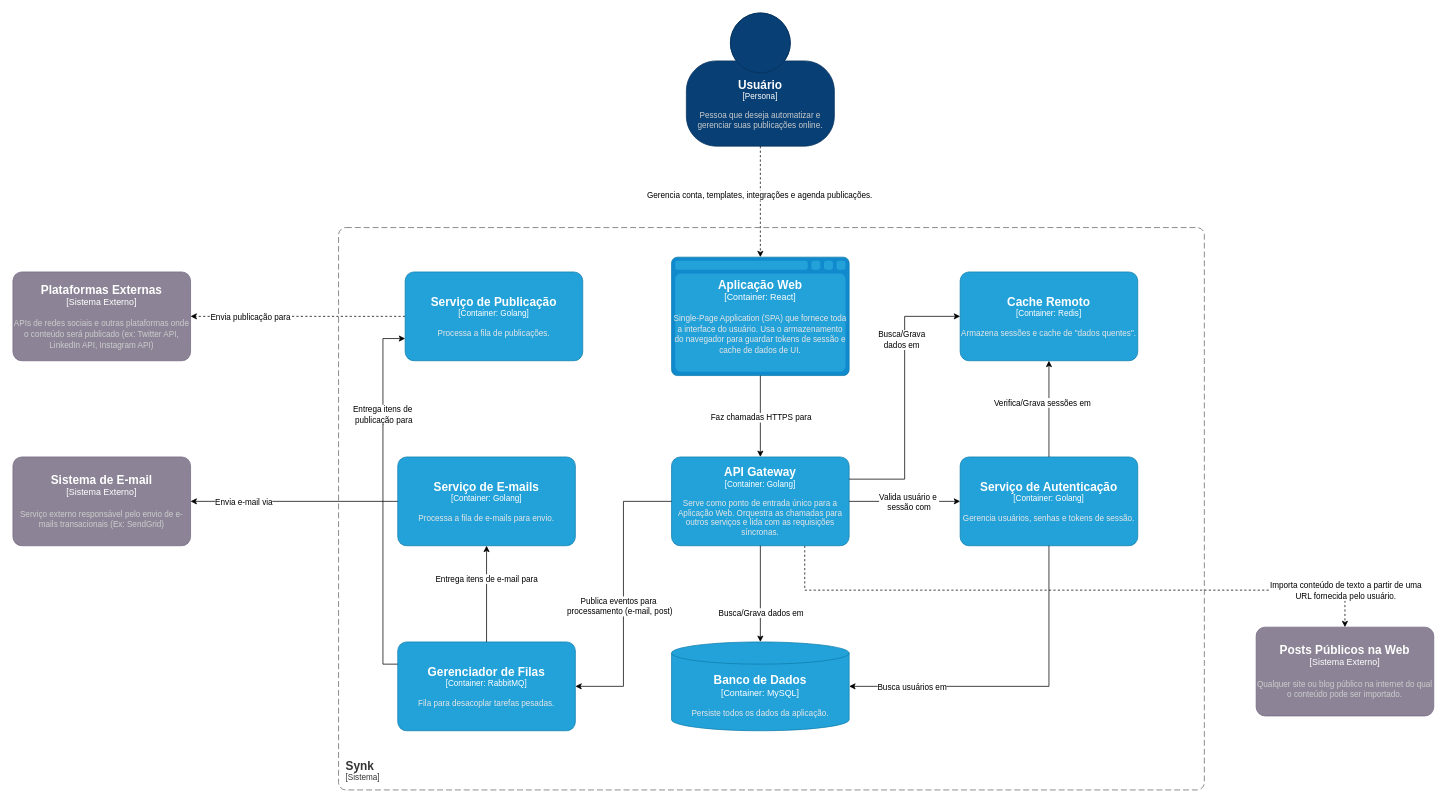
This is assets/c2.drawio from cristianprochnow/synk, a draw.io file, before an edit. Source tidied: cells renumbered, new cells numbered last; positions are measured from the earlier drawing's top-left corner, leaving out a move shared by most shapes. Both pictures are drawn from the tidied source at 74%, with x=0, y=0 at pixel (13, 13).
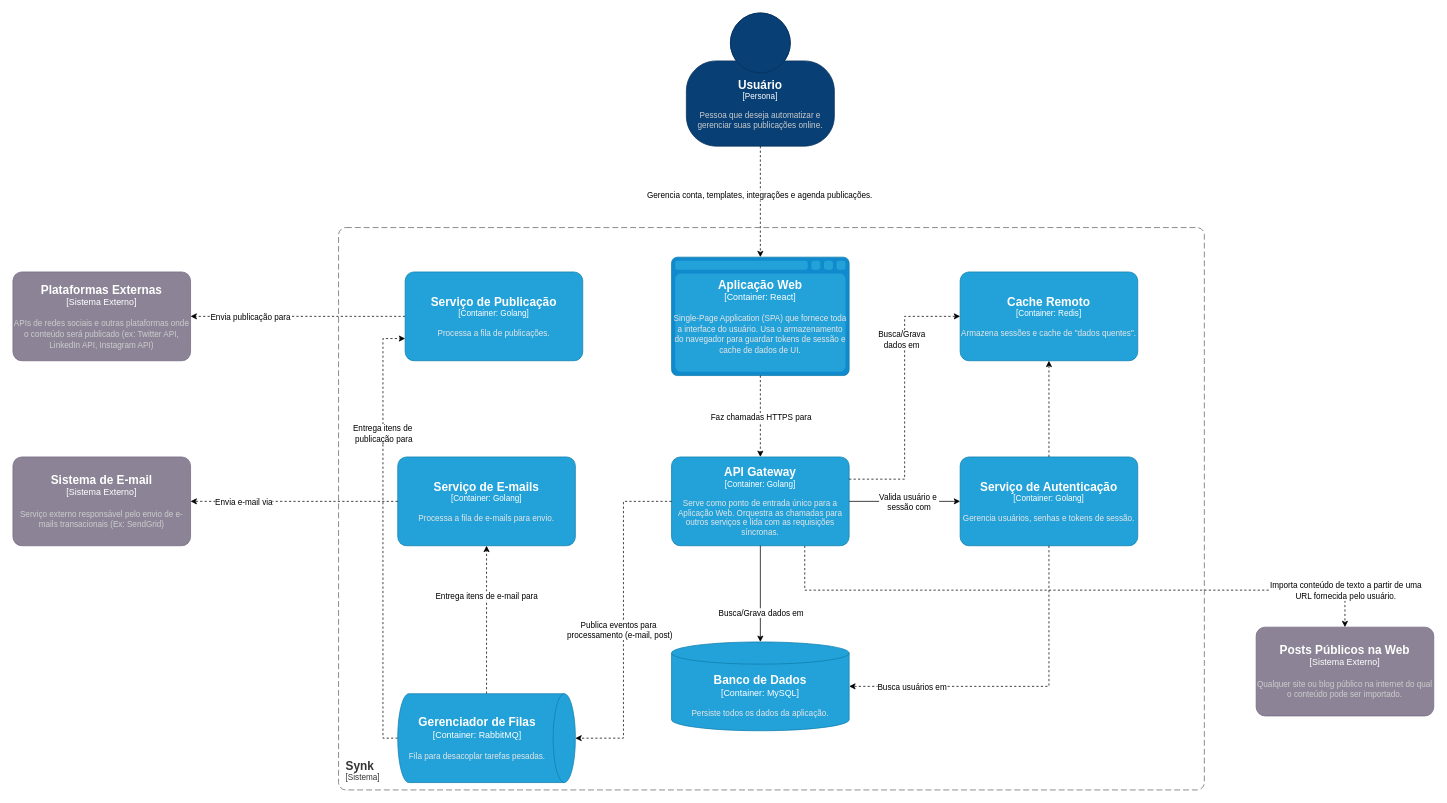
Above is the later version.

Commit message (it also covers changes not shown here):
docs: add component diagram

The change refers to these unchanged cells:
```xml
<object id="3" label="&lt;font style=&quot;font-size: 16px&quot;&gt;&lt;b&gt;%c4Name%&lt;/b&gt;&lt;/font&gt;&lt;div&gt;[%c4Type%]&lt;/div&gt;&lt;br&gt;&lt;div&gt;&lt;font style=&quot;font-size: 11px&quot;&gt;&lt;font color=&quot;#cccccc&quot;&gt;%c4Description%&lt;/font&gt;&lt;/div&gt;" c4Description="Serviço externo responsável pelo envio de e-mails transacionais (Ex: SendGrid)" c4Name="Sistema de E-mail" c4Type="Sistema Externo" placeholders="1">
  <mxCell style="rounded=1;whiteSpace=wrap;html=1;labelBackgroundColor=none;fillColor=#8C8496;fontColor=#ffffff;align=center;arcSize=10;strokeColor=#736782;points=[[0.25,0,0],[0.5,0,0],[0.75,0,0],[1,0.25,0],[1,0.5,0],[1,0.75,0],[0.75,1,0],[0.5,1,0],[0.25,1,0],[0,0.75,0],[0,0.5,0],[0,0.25,0]];" parent="1" vertex="1">
    <mxGeometry y="600" width="240" height="120" as="geometry" />
  </mxCell>
</object>
<object id="13" label="&lt;font style=&quot;font-size: 16px&quot;&gt;&lt;b&gt;%c4Name%&lt;/b&gt;&lt;/font&gt;&lt;div&gt;[%c4Type%:&amp;nbsp;%c4Technology%]&lt;/div&gt;&lt;br&gt;&lt;div&gt;&lt;font style=&quot;font-size: 11px&quot;&gt;&lt;font color=&quot;#E6E6E6&quot;&gt;%c4Description%&lt;/font&gt;&lt;/div&gt;" c4Description="Single-Page Application (SPA) que fornece toda a interface do usuário. Usa o armazenamento do navegador para guardar tokens de sessão e cache de dados de UI." c4Name="Aplicação Web" c4Technology="React" c4Type="Container" placeholders="1">
  <mxCell style="shape=mxgraph.c4.webBrowserContainer2;whiteSpace=wrap;html=1;boundedLbl=1;rounded=0;labelBackgroundColor=none;strokeColor=#118ACD;fillColor=#23A2D9;strokeColor=#118ACD;strokeColor2=#0E7DAD;fontSize=12;fontColor=#ffffff;align=center;points=[[0.5,0,0],[1,0.25,0],[1,0.5,0],[1,0.75,0],[0.5,1,0],[0,0.75,0],[0,0.5,0],[0,0.25,0]];" parent="1" vertex="1">
    <mxGeometry x="890" y="330" width="240" height="160" as="geometry" />
  </mxCell>
</object>
<object id="14" label="&lt;font style=&quot;font-size: 16px&quot;&gt;&lt;b&gt;%c4Name%&lt;/b&gt;&lt;/font&gt;&lt;div&gt;[%c4Type%: %c4Technology%]&lt;/div&gt;&lt;br&gt;&lt;div&gt;&lt;font style=&quot;font-size: 11px&quot;&gt;&lt;font color=&quot;#E6E6E6&quot;&gt;%c4Description%&lt;/font&gt;&lt;/div&gt;" c4Description="Serve como ponto de entrada único para a Aplicação Web. Orquestra as chamadas para outros serviços e lida com as requisições síncronas." c4Name="API Gateway" c4Technology="Golang" c4Type="Container" placeholders="1">
  <mxCell style="rounded=1;whiteSpace=wrap;html=1;fontSize=11;labelBackgroundColor=none;fillColor=#23A2D9;fontColor=#ffffff;align=center;arcSize=10;strokeColor=#0E7DAD;points=[[0.25,0,0],[0.5,0,0],[0.75,0,0],[1,0.25,0],[1,0.5,0],[1,0.75,0],[0.75,1,0],[0.5,1,0],[0.25,1,0],[0,0.75,0],[0,0.5,0],[0,0.25,0]];" parent="1" vertex="1">
    <mxGeometry x="890" y="600" width="240" height="120" as="geometry" />
  </mxCell>
</object>
<object id="17" label="&lt;font style=&quot;font-size: 16px&quot;&gt;&lt;b&gt;%c4Name%&lt;/b&gt;&lt;/font&gt;&lt;div&gt;[%c4Type%: %c4Technology%]&lt;/div&gt;&lt;br&gt;&lt;div&gt;&lt;font style=&quot;font-size: 11px&quot;&gt;&lt;font color=&quot;#E6E6E6&quot;&gt;%c4Description%&lt;/font&gt;&lt;/div&gt;" c4Description="Gerencia usuários, senhas e tokens de sessão." c4Name="Serviço de Autenticação" c4Technology="Golang" c4Type="Container" placeholders="1">
  <mxCell style="rounded=1;whiteSpace=wrap;html=1;fontSize=11;labelBackgroundColor=none;fillColor=#23A2D9;fontColor=#ffffff;align=center;arcSize=10;strokeColor=#0E7DAD;points=[[0.25,0,0],[0.5,0,0],[0.75,0,0],[1,0.25,0],[1,0.5,0],[1,0.75,0],[0.75,1,0],[0.5,1,0],[0.25,1,0],[0,0.75,0],[0,0.5,0],[0,0.25,0]];" parent="1" vertex="1">
    <mxGeometry x="1280" y="600" width="240" height="120" as="geometry" />
  </mxCell>
</object>
<object id="18" label="&lt;font style=&quot;font-size: 16px&quot;&gt;&lt;b&gt;%c4Name%&lt;/b&gt;&lt;/font&gt;&lt;div&gt;[%c4Type%: %c4Technology%]&lt;/div&gt;&lt;br&gt;&lt;div&gt;&lt;font style=&quot;font-size: 11px&quot;&gt;&lt;font color=&quot;#E6E6E6&quot;&gt;%c4Description%&lt;/font&gt;&lt;/div&gt;" c4Description="Armazena sessões e cache de &quot;dados quentes&quot;." c4Name="Cache Remoto" c4Technology="Redis" c4Type="Container" placeholders="1">
  <mxCell style="rounded=1;whiteSpace=wrap;html=1;fontSize=11;labelBackgroundColor=none;fillColor=#23A2D9;fontColor=#ffffff;align=center;arcSize=10;strokeColor=#0E7DAD;points=[[0.25,0,0],[0.5,0,0],[0.75,0,0],[1,0.25,0],[1,0.5,0],[1,0.75,0],[0.75,1,0],[0.5,1,0],[0.25,1,0],[0,0.75,0],[0,0.5,0],[0,0.25,0]];" parent="1" vertex="1">
    <mxGeometry x="1280" y="350" width="240" height="120" as="geometry" />
  </mxCell>
</object>
<object id="20" label="&lt;font style=&quot;font-size: 16px&quot;&gt;&lt;b&gt;%c4Name%&lt;/b&gt;&lt;/font&gt;&lt;div&gt;[%c4Type%: %c4Technology%]&lt;/div&gt;&lt;br&gt;&lt;div&gt;&lt;font style=&quot;font-size: 11px&quot;&gt;&lt;font color=&quot;#E6E6E6&quot;&gt;%c4Description%&lt;/font&gt;&lt;/div&gt;" c4Description="Processa a fila de publicações." c4Name="Serviço de Publicação" c4Technology="Golang" c4Type="Container" placeholders="1">
  <mxCell style="rounded=1;whiteSpace=wrap;html=1;fontSize=11;labelBackgroundColor=none;fillColor=#23A2D9;fontColor=#ffffff;align=center;arcSize=10;strokeColor=#0E7DAD;points=[[0.25,0,0],[0.5,0,0],[0.75,0,0],[1,0.25,0],[1,0.5,0],[1,0.75,0],[0.75,1,0],[0.5,1,0],[0.25,1,0],[0,0.75,0],[0,0.5,0],[0,0.25,0]];" parent="1" vertex="1">
    <mxGeometry x="530" y="350" width="240" height="120" as="geometry" />
  </mxCell>
</object>
<object id="21" label="&lt;font style=&quot;font-size: 16px&quot;&gt;&lt;b&gt;%c4Name%&lt;/b&gt;&lt;/font&gt;&lt;div&gt;[%c4Type%: %c4Technology%]&lt;/div&gt;&lt;br&gt;&lt;div&gt;&lt;font style=&quot;font-size: 11px&quot;&gt;&lt;font color=&quot;#E6E6E6&quot;&gt;%c4Description%&lt;/font&gt;&lt;/div&gt;" c4Description="Processa a fila de e-mails para envio." c4Name="Serviço de E-mails" c4Technology="Golang" c4Type="Container" placeholders="1">
  <mxCell style="rounded=1;whiteSpace=wrap;html=1;fontSize=11;labelBackgroundColor=none;fillColor=#23A2D9;fontColor=#ffffff;align=center;arcSize=10;strokeColor=#0E7DAD;points=[[0.25,0,0],[0.5,0,0],[0.75,0,0],[1,0.25,0],[1,0.5,0],[1,0.75,0],[0.75,1,0],[0.5,1,0],[0.25,1,0],[0,0.75,0],[0,0.5,0],[0,0.25,0]];" parent="1" vertex="1">
    <mxGeometry x="520" y="600" width="240" height="120" as="geometry" />
  </mxCell>
</object>
<object id="24" label="&lt;font style=&quot;font-size: 16px&quot;&gt;&lt;b&gt;%c4Name%&lt;/b&gt;&lt;/font&gt;&lt;div&gt;[%c4Type%:&amp;nbsp;%c4Technology%]&lt;/div&gt;&lt;br&gt;&lt;div&gt;&lt;font style=&quot;font-size: 11px&quot;&gt;&lt;font color=&quot;#E6E6E6&quot;&gt;%c4Description%&lt;/font&gt;&lt;/div&gt;" c4Description="Persiste todos os dados da aplicação." c4Name="Banco de Dados" c4Technology="MySQL" c4Type="Container" placeholders="1">
  <mxCell style="shape=cylinder3;size=15;whiteSpace=wrap;html=1;boundedLbl=1;rounded=0;labelBackgroundColor=none;fillColor=#23A2D9;fontSize=12;fontColor=#ffffff;align=center;strokeColor=#0E7DAD;points=[[0.5,0,0],[1,0.25,0],[1,0.5,0],[1,0.75,0],[0.5,1,0],[0,0.75,0],[0,0.5,0],[0,0.25,0]];" parent="1" vertex="1">
    <mxGeometry x="890" y="850" width="240" height="120" as="geometry" />
  </mxCell>
</object>
```

Change to the diagram source:
```diff
@@
-    <mxCell id="15" style="edgeStyle=orthogonalEdgeStyle;rounded=0;jettySize=auto;html=1;entryX=0.5;entryY=0;entryDx=0;entryDy=0;entryPerimeter=0;" parent="1" edge="1" source="13" target="14">
+    <mxCell id="15" style="edgeStyle=orthogonalEdgeStyle;rounded=0;jettySize=auto;html=1;entryX=0.5;entryY=0;entryDx=0;entryDy=0;entryPerimeter=0;dashed=1;" parent="1" edge="1" source="13" target="14">
       <mxGeometry relative="1" as="geometry" />
     </mxCell>
@@
-    <object id="19" label="&lt;font style=&quot;font-size: 16px&quot;&gt;&lt;b&gt;%c4Name%&lt;/b&gt;&lt;/font&gt;&lt;div&gt;[%c4Type%: %c4Technology%]&lt;/div&gt;&lt;br&gt;&lt;div&gt;&lt;font style=&quot;font-size: 11px&quot;&gt;&lt;font color=&quot;#E6E6E6&quot;&gt;%c4Description%&lt;/font&gt;&lt;/div&gt;" c4Description="Fila para desacoplar tarefas pesadas." c4Name="Gerenciador de Filas" c4Technology="RabbitMQ" c4Type="Container" placeholders="1">
-      <mxCell style="rounded=1;whiteSpace=wrap;html=1;fontSize=11;labelBackgroundColor=none;fillColor=#23A2D9;fontColor=#ffffff;align=center;arcSize=10;strokeColor=#0E7DAD;points=[[0.25,0,0],[0.5,0,0],[0.75,0,0],[1,0.25,0],[1,0.5,0],[1,0.75,0],[0.75,1,0],[0.5,1,0],[0.25,1,0],[0,0.75,0],[0,0.5,0],[0,0.25,0]];" parent="1" vertex="1">
-        <mxGeometry x="520" y="850" width="240" height="120" as="geometry" />
-      </mxCell>
-    </object>
@@
-    <mxCell id="27" style="edgeStyle=orthogonalEdgeStyle;rounded=0;jettySize=auto;html=1;entryX=1;entryY=0.5;entryDx=0;entryDy=0;entryPerimeter=0;" parent="1" edge="1" source="14" target="19">
+    <mxCell id="27" style="edgeStyle=orthogonalEdgeStyle;rounded=0;jettySize=auto;html=1;entryX=0.5;entryY=0;entryDx=0;entryDy=0;entryPerimeter=0;dashed=1;" parent="1" edge="1" source="14" target="19">
       <mxGeometry relative="1" as="geometry" />
     </mxCell>
@@
-    <mxCell id="29" style="edgeStyle=orthogonalEdgeStyle;rounded=0;jettySize=auto;html=1;entryX=0.5;entryY=1;entryDx=0;entryDy=0;entryPerimeter=0;" parent="1" edge="1" source="19" target="21">
+    <mxCell id="29" style="edgeStyle=orthogonalEdgeStyle;rounded=0;jettySize=auto;html=1;entryX=0.5;entryY=1;entryDx=0;entryDy=0;entryPerimeter=0;exitX=0;exitY=0.5;exitDx=0;exitDy=0;exitPerimeter=0;dashed=1;" parent="1" edge="1" source="19" target="21">
       <mxGeometry relative="1" as="geometry" />
     </mxCell>
@@
-    <mxCell id="31" style="edgeStyle=orthogonalEdgeStyle;rounded=0;jettySize=auto;html=1;exitX=0;exitY=0.25;exitDx=0;exitDy=0;exitPerimeter=0;entryX=0;entryY=0.75;entryDx=0;entryDy=0;entryPerimeter=0;" parent="1" edge="1" source="19" target="20">
+    <mxCell id="31" style="edgeStyle=orthogonalEdgeStyle;rounded=0;jettySize=auto;html=1;exitX=0.5;exitY=1;exitDx=0;exitDy=0;exitPerimeter=0;entryX=0;entryY=0.75;entryDx=0;entryDy=0;entryPerimeter=0;dashed=1;" parent="1" edge="1" source="19" target="20">
       <mxGeometry relative="1" as="geometry" />
     </mxCell>
@@
-    <mxCell id="33" style="edgeStyle=orthogonalEdgeStyle;rounded=0;jettySize=auto;html=1;entryX=1;entryY=0.5;entryDx=0;entryDy=0;entryPerimeter=0;" parent="1" edge="1" source="21" target="3">
+    <mxCell id="33" style="edgeStyle=orthogonalEdgeStyle;rounded=0;jettySize=auto;html=1;entryX=1;entryY=0.5;entryDx=0;entryDy=0;entryPerimeter=0;dashed=1;" parent="1" edge="1" source="21" target="3">
       <mxGeometry relative="1" as="geometry" />
     </mxCell>
@@
-    <mxCell id="35" style="edgeStyle=orthogonalEdgeStyle;rounded=0;jettySize=auto;html=1;entryX=1;entryY=0.5;entryDx=0;entryDy=0;entryPerimeter=0;exitX=0.5;exitY=1;exitDx=0;exitDy=0;exitPerimeter=0;" parent="1" edge="1" source="17" target="24">
+    <mxCell id="35" style="edgeStyle=orthogonalEdgeStyle;rounded=0;jettySize=auto;html=1;entryX=1;entryY=0.5;entryDx=0;entryDy=0;entryPerimeter=0;exitX=0.5;exitY=1;exitDx=0;exitDy=0;exitPerimeter=0;dashed=1;" parent="1" edge="1" source="17" target="24">
       <mxGeometry relative="1" as="geometry" />
     </mxCell>
@@
-    <mxCell id="37" style="edgeStyle=orthogonalEdgeStyle;rounded=0;jettySize=auto;html=1;entryX=0.5;entryY=1;entryDx=0;entryDy=0;entryPerimeter=0;" parent="1" edge="1" source="17" target="18">
+    <mxCell id="37" style="edgeStyle=orthogonalEdgeStyle;rounded=0;jettySize=auto;html=1;entryX=0.5;entryY=1;entryDx=0;entryDy=0;entryPerimeter=0;dashed=1;" parent="1" edge="1" source="17" target="18">
       <mxGeometry relative="1" as="geometry" />
     </mxCell>
-    <mxCell id="38" value="Verifica/Grava sessões em" style="edgeLabel;html=1;align=center;verticalAlign=middle;" parent="37" vertex="1">
+    <mxCell id="38" value="&amp;nbsp;" style="edgeLabel;html=1;align=center;verticalAlign=middle;" parent="37" vertex="1">
       <mxGeometry x="0.14" y="-4" relative="1" as="geometry">
         <mxPoint x="-14" as="offset" />
       </mxGeometry>
     </mxCell>
-    <mxCell id="39" style="edgeStyle=orthogonalEdgeStyle;rounded=0;jettySize=auto;html=1;exitX=1;exitY=0.25;exitDx=0;exitDy=0;exitPerimeter=0;entryX=0;entryY=0.5;entryDx=0;entryDy=0;entryPerimeter=0;" parent="1" edge="1" source="14" target="18">
+    <mxCell id="39" style="edgeStyle=orthogonalEdgeStyle;rounded=0;jettySize=auto;html=1;exitX=1;exitY=0.25;exitDx=0;exitDy=0;exitPerimeter=0;entryX=0;entryY=0.5;entryDx=0;entryDy=0;entryPerimeter=0;dashed=1;" parent="1" edge="1" source="14" target="18">
       <mxGeometry relative="1" as="geometry" />
     </mxCell>
@@
+    <object id="19" label="&lt;font style=&quot;font-size: 16px&quot;&gt;&lt;b&gt;%c4Name%&lt;/b&gt;&lt;/font&gt;&lt;div&gt;[%c4Type%:&amp;nbsp;%c4Technology%]&lt;/div&gt;&lt;br&gt;&lt;div&gt;&lt;font style=&quot;font-size: 11px&quot;&gt;&lt;font color=&quot;#E6E6E6&quot;&gt;%c4Description%&lt;/font&gt;&lt;/div&gt;" c4Description="Fila para desacoplar tarefas pesadas." c4Name="Gerenciador de Filas" c4Technology="RabbitMQ" c4Type="Container" placeholders="1">
+      <mxCell style="shape=cylinder3;size=15;direction=south;whiteSpace=wrap;html=1;boundedLbl=1;rounded=0;labelBackgroundColor=none;fillColor=#23A2D9;fontSize=12;fontColor=#ffffff;align=center;strokeColor=#0E7DAD;points=[[0.5,0,0],[1,0.25,0],[1,0.5,0],[1,0.75,0],[0.5,1,0],[0,0.75,0],[0,0.5,0],[0,0.25,0]];" parent="1" vertex="1">
+        <mxGeometry x="520" y="920" width="240" height="120" as="geometry" />
+      </mxCell>
+    </object>
```
